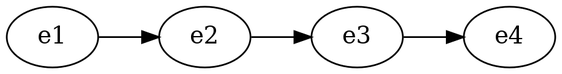
The Graphviz diagram slides/tad/lista-example2.dot.png in jgsogo/eda, before a commit. Its source is kept beside it as slides/tad/lista-example2.dot. Its diagram source:
```dot
digraph structs {
    nodesep=.05;
    rankdir=LR;

    e1 -> e2 -> e3 -> e4
}
```
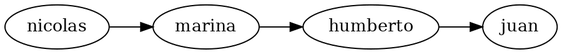
The same file after the commit.

Change to the diagram source:
```diff
@@ -2,5 +2,5 @@
     nodesep=.05;
     rankdir=LR;
 
-    e1 -> e2 -> e3 -> e4
+    nicolas -> marina -> humberto -> juan
 }
```
